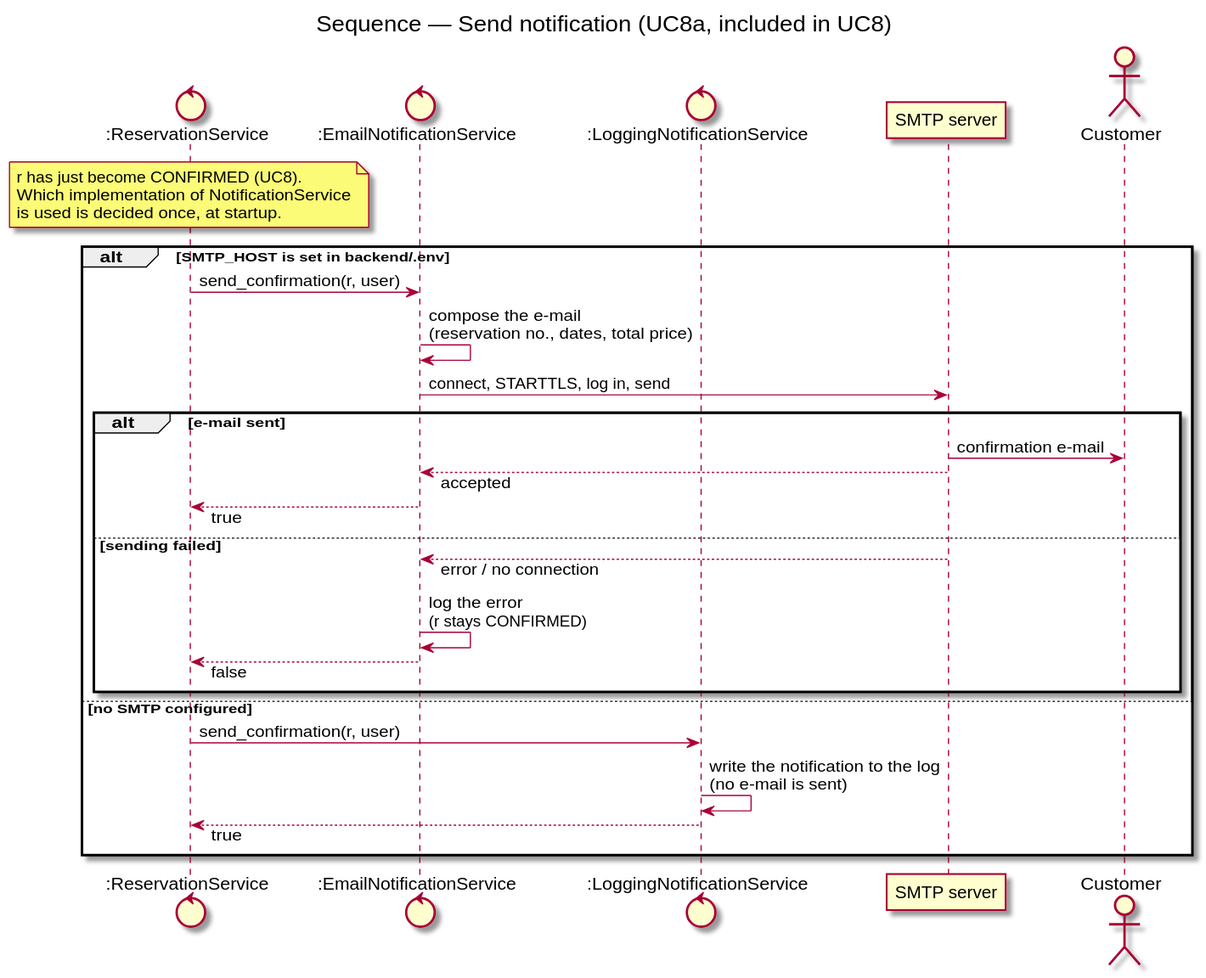
This is docs/diagrams/sequence-send-notification.svg from DavidMagyarics/CarRentalVSB, a PlantUML export, as it was before one commit.
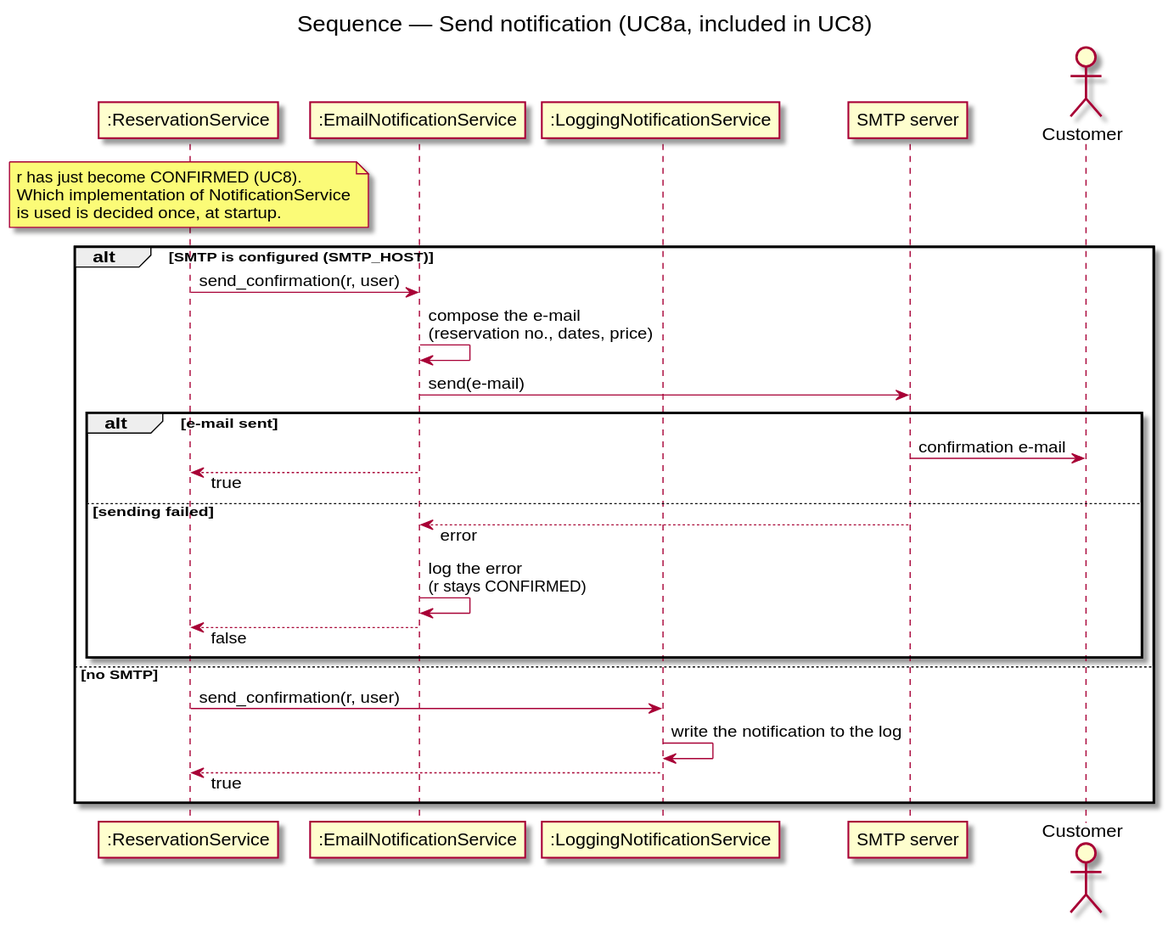
Above is the later version.

The edit, as a diff of the source:
```diff
@@ -3,9 +3,9 @@
 skinparam responseMessageBelowArrow true
 skinparam maxMessageSize 260
 title Sequence — Send notification (UC8a, included in UC8)
-control ":ReservationService" as Res
-control ":EmailNotificationService" as Email
-control ":LoggingNotificationService" as Log
+participant ":ReservationService" as Res
+participant ":EmailNotificationService" as Email
+participant ":LoggingNotificationService" as Log
 participant "SMTP server" as SMTP
 actor Customer
 
@@ -15,22 +15,21 @@
   is used is decided once, at startup.
 end note
 
-alt SMTP_HOST is set in backend/.env
+alt SMTP is configured (SMTP_HOST)
   Res -> Email : send_confirmation(r, user)
-  Email -> Email : compose the e-mail\n(reservation no., dates, total price)
-  Email -> SMTP : connect, STARTTLS, log in, send
+  Email -> Email : compose the e-mail\n(reservation no., dates, price)
+  Email -> SMTP : send(e-mail)
   alt e-mail sent
     SMTP -> Customer : confirmation e-mail
-    SMTP --> Email : accepted
     Email --> Res : true
   else sending failed
-    SMTP --> Email : error / no connection
+    SMTP --> Email : error
     Email -> Email : log the error\n(r stays CONFIRMED)
     Email --> Res : false
   end
-else no SMTP configured
+else no SMTP
   Res -> Log : send_confirmation(r, user)
-  Log -> Log : write the notification to the log\n(no e-mail is sent)
+  Log -> Log : write the notification to the log
   Log --> Res : true
 end
 @enduml
```
